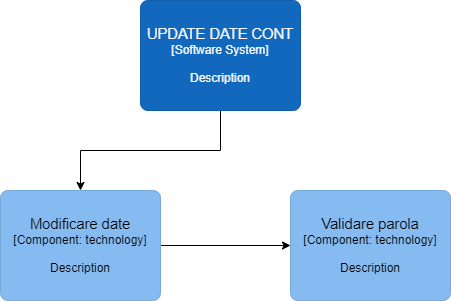
The draw.io diagram level3/update-date-cont-level3.png in SergiuDeveloper/IP-Laborator-5, before a commit. Source tidied: cells renumbered, new cells last; positions are measured from the earlier drawing's top-left corner, leaving out a move shared by most shapes. Source of this version:
```xml
<mxGraphModel>
  <root>
    <mxCell id="0" />
    <mxCell id="1" parent="0" />
    <mxCell id="2" style="edgeStyle=orthogonalEdgeStyle;rounded=0;jettySize=auto;html=1;" parent="1" edge="1" source="3" target="5">
      <mxGeometry relative="1" as="geometry" />
    </mxCell>
    <object id="3" label="&lt;font color=&quot;#f7f7f7&quot;&gt;&lt;span id=&quot;docs-internal-guid-59a1b4ea-7fff-8a6f-f599-849d4a692e36&quot;&gt;&lt;span style=&quot;font-size: 11pt ; font-family: &amp;#34;arial&amp;#34; ; background-color: transparent ; vertical-align: baseline ; white-space: pre-wrap&quot;&gt;UPDATE DATE CONT&lt;br/&gt;&lt;/span&gt;&lt;/span&gt;[Software System]&lt;br&gt;&lt;/font&gt;&lt;div&gt;&lt;font color=&quot;#f7f7f7&quot;&gt;&lt;br&gt;&lt;/font&gt;&lt;/div&gt;&lt;div&gt;&lt;font color=&quot;#f7f7f7&quot;&gt;Description&lt;/font&gt;&lt;/div&gt;" c4Description="Description" c4Name="name" c4Type="SoftwareSystem" placeholders="1">
      <mxCell style="rounded=1;whiteSpace=wrap;html=1;labelBackgroundColor=none;fillColor=#1168bd;fontColor=#ffffff;align=center;arcSize=7;strokeColor=#0f5eaa;" parent="1" vertex="1">
        <mxGeometry x="140" width="160" height="110" as="geometry" />
      </mxCell>
    </object>
    <mxCell id="4" style="edgeStyle=orthogonalEdgeStyle;rounded=0;jettySize=auto;html=1;" parent="1" edge="1" source="5" target="6">
      <mxGeometry relative="1" as="geometry" />
    </mxCell>
    <object id="5" label="&lt;span id=&quot;docs-internal-guid-62a29a40-7fff-d01d-27dc-94a22ad0086b&quot;&gt;&lt;span style=&quot;font-size: 11pt ; font-family: &amp;#34;arial&amp;#34; ; background-color: transparent ; vertical-align: baseline ; white-space: pre-wrap&quot;&gt;Modificare date&lt;br/&gt;&lt;/span&gt;&lt;/span&gt;&lt;span&gt;[Component:&amp;nbsp;&lt;/span&gt;&lt;span&gt;technology&lt;/span&gt;&lt;span&gt;]&lt;/span&gt;&lt;br&gt;&lt;div&gt;&lt;br&gt;&lt;/div&gt;&lt;div&gt;Description&lt;/div&gt;" c4Description="Description" c4Name="name" c4Technology="technology" c4Type="Component" placeholders="1">
      <mxCell style="rounded=1;whiteSpace=wrap;html=1;labelBackgroundColor=none;fillColor=#85bbf0;fontColor=#000000;align=center;arcSize=7;strokeColor=#78a8d8;" parent="1" vertex="1">
        <mxGeometry y="190" width="160" height="110" as="geometry" />
      </mxCell>
    </object>
    <object id="6" label="&lt;span id=&quot;docs-internal-guid-c85edf49-7fff-f11c-d7d4-485a6962d7ea&quot;&gt;&lt;span style=&quot;font-size: 11pt ; font-family: &amp;#34;arial&amp;#34; ; background-color: transparent ; vertical-align: baseline ; white-space: pre-wrap&quot;&gt;Validare parola&lt;br/&gt;&lt;/span&gt;&lt;/span&gt;&lt;span&gt;[Component:&amp;nbsp;&lt;/span&gt;&lt;span&gt;technology&lt;/span&gt;&lt;span&gt;]&lt;/span&gt;&lt;br&gt;&lt;div&gt;&lt;br&gt;&lt;/div&gt;&lt;div&gt;Description&lt;/div&gt;" c4Description="Description" c4Name="name" c4Technology="technology" c4Type="Component" placeholders="1">
      <mxCell style="rounded=1;whiteSpace=wrap;html=1;labelBackgroundColor=none;fillColor=#85bbf0;fontColor=#000000;align=center;arcSize=7;strokeColor=#78a8d8;" parent="1" vertex="1">
        <mxGeometry x="290" y="190" width="160" height="110" as="geometry" />
      </mxCell>
    </object>
  </root>
</mxGraphModel>
```
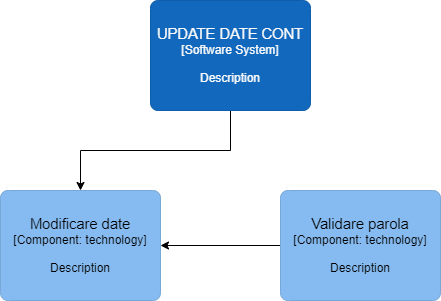
After the commit.

Commit message:
import bank + statistics view + fix update date

What changed in the source:
```diff
@@ -5,22 +5,22 @@
     <mxCell id="2" style="edgeStyle=orthogonalEdgeStyle;rounded=0;jettySize=auto;html=1;" parent="1" edge="1" source="3" target="5">
       <mxGeometry relative="1" as="geometry" />
     </mxCell>
-    <object id="3" label="&lt;font color=&quot;#f7f7f7&quot;&gt;&lt;span id=&quot;docs-internal-guid-59a1b4ea-7fff-8a6f-f599-849d4a692e36&quot;&gt;&lt;span style=&quot;font-size: 11pt ; font-family: &amp;#34;arial&amp;#34; ; background-color: transparent ; vertical-align: baseline ; white-space: pre-wrap&quot;&gt;UPDATE DATE CONT&lt;br/&gt;&lt;/span&gt;&lt;/span&gt;[Software System]&lt;br&gt;&lt;/font&gt;&lt;div&gt;&lt;font color=&quot;#f7f7f7&quot;&gt;&lt;br&gt;&lt;/font&gt;&lt;/div&gt;&lt;div&gt;&lt;font color=&quot;#f7f7f7&quot;&gt;Description&lt;/font&gt;&lt;/div&gt;" c4Description="Description" c4Name="name" c4Type="SoftwareSystem" placeholders="1">
+    <object id="3" label="&lt;font color=&quot;#fafafa&quot;&gt;&lt;span id=&quot;docs-internal-guid-367b172f-7fff-8555-4640-a70106c5d96c&quot;&gt;&lt;span style=&quot;font-size: 11pt ; font-family: &amp;#34;arial&amp;#34; ; background-color: transparent ; vertical-align: baseline ; white-space: pre-wrap&quot;&gt;UPDATE DATE CONT&lt;br/&gt;&lt;/span&gt;&lt;/span&gt;[Software System]&lt;br&gt;&lt;/font&gt;&lt;div&gt;&lt;font color=&quot;#fafafa&quot;&gt;&lt;br&gt;&lt;/font&gt;&lt;/div&gt;&lt;div&gt;&lt;font color=&quot;#fafafa&quot;&gt;Description&lt;/font&gt;&lt;/div&gt;" c4Description="Description" c4Name="name" c4Type="SoftwareSystem" placeholders="1">
       <mxCell style="rounded=1;whiteSpace=wrap;html=1;labelBackgroundColor=none;fillColor=#1168bd;fontColor=#ffffff;align=center;arcSize=7;strokeColor=#0f5eaa;" parent="1" vertex="1">
-        <mxGeometry x="140" width="160" height="110" as="geometry" />
+        <mxGeometry x="150" width="160" height="110" as="geometry" />
       </mxCell>
     </object>
-    <mxCell id="4" style="edgeStyle=orthogonalEdgeStyle;rounded=0;jettySize=auto;html=1;" parent="1" edge="1" source="5" target="6">
-      <mxGeometry relative="1" as="geometry" />
-    </mxCell>
-    <object id="5" label="&lt;span id=&quot;docs-internal-guid-62a29a40-7fff-d01d-27dc-94a22ad0086b&quot;&gt;&lt;span style=&quot;font-size: 11pt ; font-family: &amp;#34;arial&amp;#34; ; background-color: transparent ; vertical-align: baseline ; white-space: pre-wrap&quot;&gt;Modificare date&lt;br/&gt;&lt;/span&gt;&lt;/span&gt;&lt;span&gt;[Component:&amp;nbsp;&lt;/span&gt;&lt;span&gt;technology&lt;/span&gt;&lt;span&gt;]&lt;/span&gt;&lt;br&gt;&lt;div&gt;&lt;br&gt;&lt;/div&gt;&lt;div&gt;Description&lt;/div&gt;" c4Description="Description" c4Name="name" c4Technology="technology" c4Type="Component" placeholders="1">
+    <object id="5" label="&lt;span id=&quot;docs-internal-guid-2cdada95-7fff-b46e-855e-4e7190e6476e&quot;&gt;&lt;span style=&quot;font-size: 11pt ; font-family: &amp;#34;arial&amp;#34; ; background-color: transparent ; vertical-align: baseline ; white-space: pre-wrap&quot;&gt;Modificare date&lt;br/&gt;&lt;/span&gt;&lt;/span&gt;&lt;span&gt;[Component:&amp;nbsp;&lt;/span&gt;&lt;span&gt;technology&lt;/span&gt;&lt;span&gt;]&lt;/span&gt;&lt;br&gt;&lt;div&gt;&lt;br&gt;&lt;/div&gt;&lt;div&gt;Description&lt;/div&gt;" c4Description="Description" c4Name="name" c4Technology="technology" c4Type="Component" placeholders="1">
       <mxCell style="rounded=1;whiteSpace=wrap;html=1;labelBackgroundColor=none;fillColor=#85bbf0;fontColor=#000000;align=center;arcSize=7;strokeColor=#78a8d8;" parent="1" vertex="1">
         <mxGeometry y="190" width="160" height="110" as="geometry" />
       </mxCell>
     </object>
+    <mxCell id="7" style="edgeStyle=orthogonalEdgeStyle;rounded=0;jettySize=auto;html=1;" parent="1" edge="1" source="6" target="5">
+      <mxGeometry relative="1" as="geometry" />
+    </mxCell>
-    <object id="6" label="&lt;span id=&quot;docs-internal-guid-c85edf49-7fff-f11c-d7d4-485a6962d7ea&quot;&gt;&lt;span style=&quot;font-size: 11pt ; font-family: &amp;#34;arial&amp;#34; ; background-color: transparent ; vertical-align: baseline ; white-space: pre-wrap&quot;&gt;Validare parola&lt;br/&gt;&lt;/span&gt;&lt;/span&gt;&lt;span&gt;[Component:&amp;nbsp;&lt;/span&gt;&lt;span&gt;technology&lt;/span&gt;&lt;span&gt;]&lt;/span&gt;&lt;br&gt;&lt;div&gt;&lt;br&gt;&lt;/div&gt;&lt;div&gt;Description&lt;/div&gt;" c4Description="Description" c4Name="name" c4Technology="technology" c4Type="Component" placeholders="1">
+    <object id="6" label="&lt;span id=&quot;docs-internal-guid-3dcd7f14-7fff-d61d-6855-1093b91a380d&quot;&gt;&lt;span style=&quot;font-size: 11pt ; font-family: &amp;#34;arial&amp;#34; ; background-color: transparent ; vertical-align: baseline ; white-space: pre-wrap&quot;&gt;Validare parola&lt;br/&gt;&lt;/span&gt;&lt;/span&gt;&lt;span&gt;[Component:&amp;nbsp;&lt;/span&gt;&lt;span&gt;technology&lt;/span&gt;&lt;span&gt;]&lt;/span&gt;&lt;br&gt;&lt;div&gt;&lt;br&gt;&lt;/div&gt;&lt;div&gt;Description&lt;/div&gt;" c4Description="Description" c4Name="name" c4Technology="technology" c4Type="Component" placeholders="1">
       <mxCell style="rounded=1;whiteSpace=wrap;html=1;labelBackgroundColor=none;fillColor=#85bbf0;fontColor=#000000;align=center;arcSize=7;strokeColor=#78a8d8;" parent="1" vertex="1">
-        <mxGeometry x="290" y="190" width="160" height="110" as="geometry" />
+        <mxGeometry x="280" y="190" width="160" height="110" as="geometry" />
       </mxCell>
     </object>
   </root>
```
